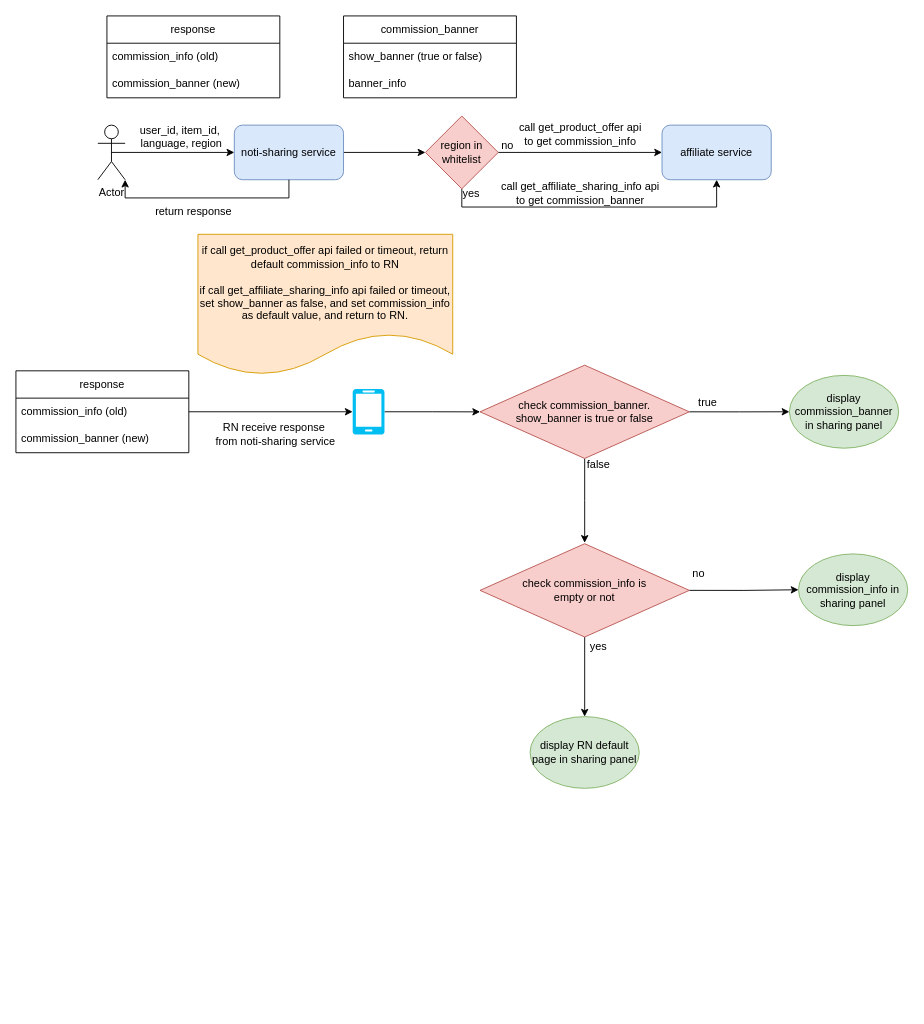
zzw55486402/20200626 keeps this draw.io diagram as commission.drawio. Above is the earlier version. Source tidied: cells renumbered, new cells numbered last; positions are measured from the earlier drawing's top-left corner, leaving out a move shared by most shapes. Both pictures are drawn from the tidied source at 91%, with x=0, y=0 at pixel (15, 15).
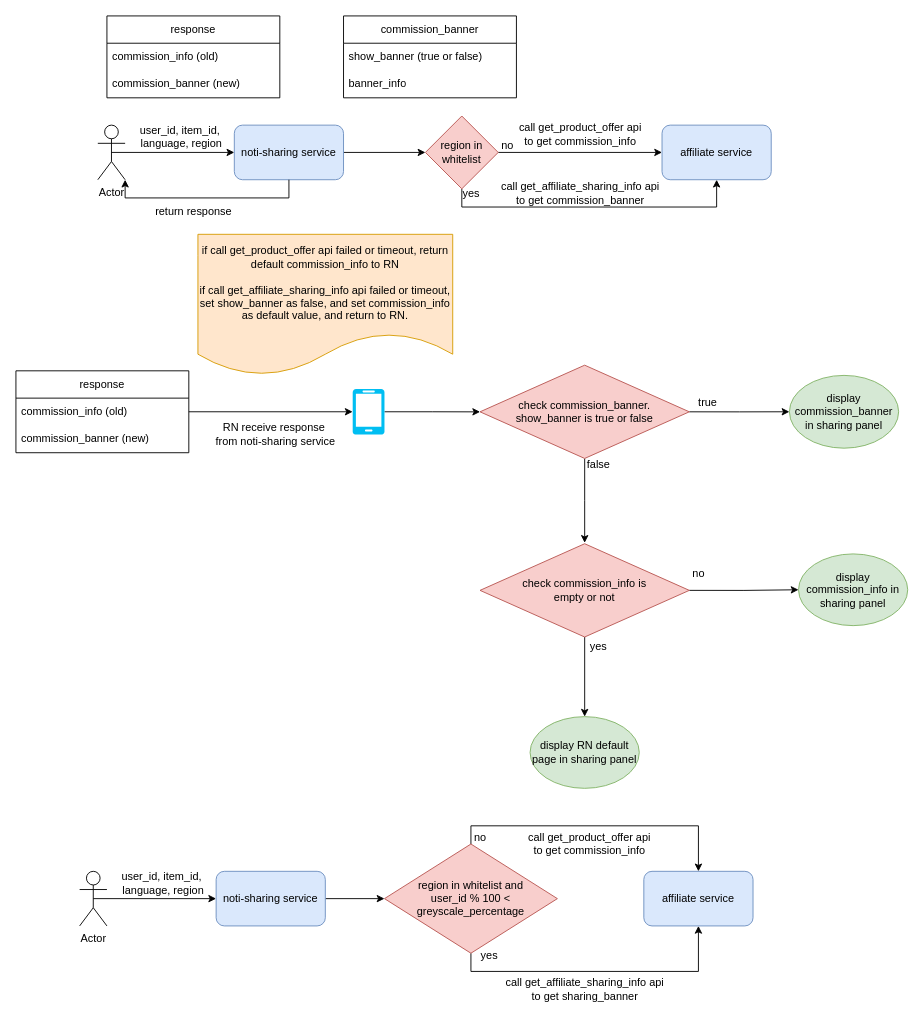
The same page after the edit.

Change to the diagram source:
```diff
@@
+    <mxCell id="44" style="edgeStyle=orthogonalEdgeStyle;rounded=0;jettySize=auto;html=1;exitX=0.5;exitY=0.5;exitDx=0;exitDy=0;exitPerimeter=0;entryX=0;entryY=0.5;entryDx=0;entryDy=0;" parent="1" edge="1" source="45" target="47">
+      <mxGeometry relative="1" as="geometry" />
+    </mxCell>
+    <mxCell id="45" value="Actor" style="shape=umlActor;verticalLabelPosition=bottom;verticalAlign=top;html=1;outlineConnect=0;" parent="1" vertex="1">
+      <mxGeometry x="70" y="940" width="30" height="60" as="geometry" />
+    </mxCell>
+    <mxCell id="46" style="edgeStyle=orthogonalEdgeStyle;rounded=0;jettySize=auto;html=1;exitX=1;exitY=0.5;exitDx=0;exitDy=0;entryX=0;entryY=0.5;entryDx=0;entryDy=0;" parent="1" edge="1" source="47" target="54">
+      <mxGeometry relative="1" as="geometry" />
+    </mxCell>
+    <mxCell id="47" value="noti-sharing service" style="rounded=1;whiteSpace=wrap;html=1;fillColor=#dae8fc;strokeColor=#6c8ebf;" parent="1" vertex="1">
+      <mxGeometry x="220" y="940" width="120" height="60" as="geometry" />
+    </mxCell>
+    <mxCell id="48" value="user_id, item_id,&lt;br&gt;&amp;nbsp;language, region" style="text;html=1;align=center;verticalAlign=middle;strokeColor=none;fillColor=none;" parent="1" vertex="1">
+      <mxGeometry x="100" y="933" width="120" height="40" as="geometry" />
+    </mxCell>
+    <mxCell id="49" value="affiliate service" style="rounded=1;whiteSpace=wrap;html=1;fillColor=#dae8fc;strokeColor=#6c8ebf;" parent="1" vertex="1">
+      <mxGeometry x="690" y="940" width="120" height="60" as="geometry" />
+    </mxCell>
+    <mxCell id="50" value="call get_product_offer api&lt;br&gt;to get commission_info" style="text;html=1;align=center;verticalAlign=middle;strokeColor=none;fillColor=none;" parent="1" vertex="1">
+      <mxGeometry x="550" y="890" width="160" height="40" as="geometry" />
+    </mxCell>
+    <mxCell id="51" value="call get_affiliate_sharing_info api&lt;br&gt;to get sharing_banner" style="text;html=1;align=center;verticalAlign=middle;strokeColor=none;fillColor=none;" parent="1" vertex="1">
+      <mxGeometry x="525" y="1050" width="200" height="40" as="geometry" />
+    </mxCell>
+    <mxCell id="52" style="edgeStyle=orthogonalEdgeStyle;rounded=0;jettySize=auto;html=1;exitX=0.5;exitY=0;exitDx=0;exitDy=0;entryX=0.5;entryY=0;entryDx=0;entryDy=0;" parent="1" edge="1" source="54" target="49">
+      <mxGeometry relative="1" as="geometry" />
+    </mxCell>
+    <mxCell id="53" style="edgeStyle=orthogonalEdgeStyle;rounded=0;jettySize=auto;html=1;exitX=0.5;exitY=1;exitDx=0;exitDy=0;entryX=0.5;entryY=1;entryDx=0;entryDy=0;" parent="1" edge="1" source="54" target="49">
+      <mxGeometry relative="1" as="geometry" />
+    </mxCell>
+    <mxCell id="54" value="region in whitelist and &lt;br&gt;user_id % 100 &amp;lt; greyscale_percentage" style="rhombus;whiteSpace=wrap;html=1;fillColor=#f8cecc;strokeColor=#b85450;" parent="1" vertex="1">
+      <mxGeometry x="405" y="910" width="190" height="120" as="geometry" />
+    </mxCell>
+    <mxCell id="55" value="yes" style="text;html=1;align=center;verticalAlign=middle;strokeColor=none;fillColor=none;" parent="1" vertex="1">
+      <mxGeometry x="500" y="1018" width="40" height="30" as="geometry" />
+    </mxCell>
+    <mxCell id="56" value="no" style="text;html=1;align=center;verticalAlign=middle;strokeColor=none;fillColor=none;" parent="1" vertex="1">
+      <mxGeometry x="490" y="888" width="40" height="30" as="geometry" />
+    </mxCell>
```
